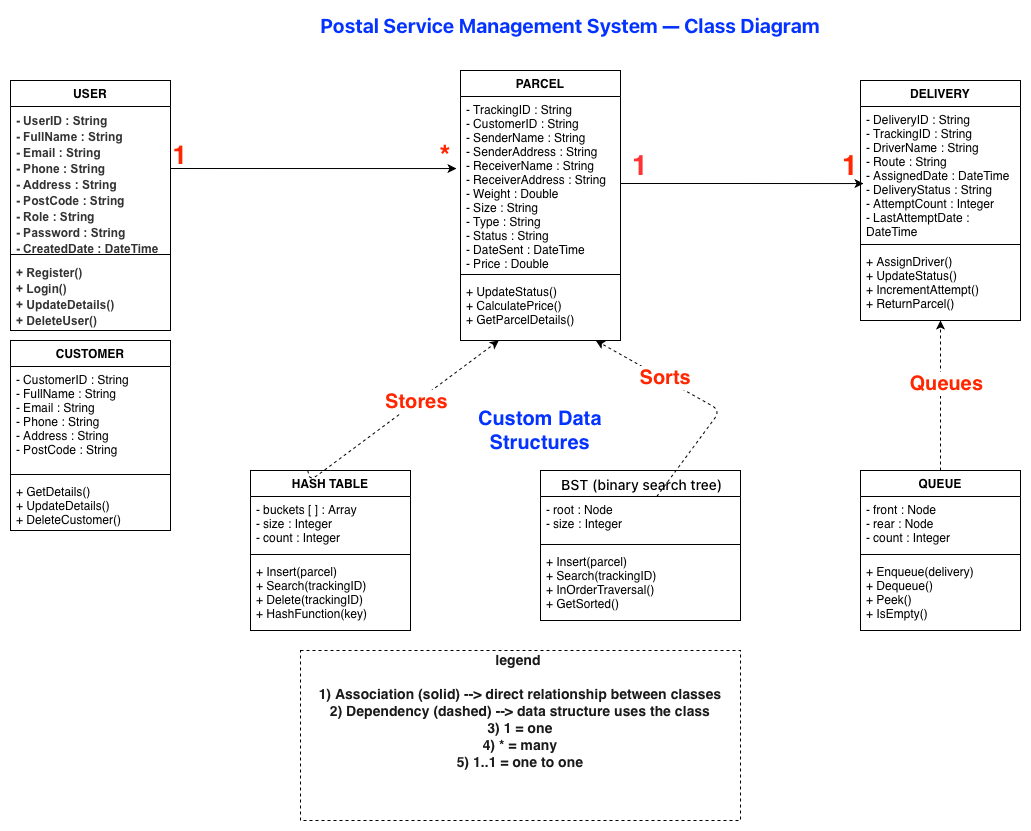
Before: design/class-diagram.drawio.png, a diagram exported from draw.io (MeetMande/Postal-Service-Management-System). Source tidied: cells renumbered, new cells last; positions are measured from the earlier drawing's top-left corner, leaving out a move shared by most shapes.
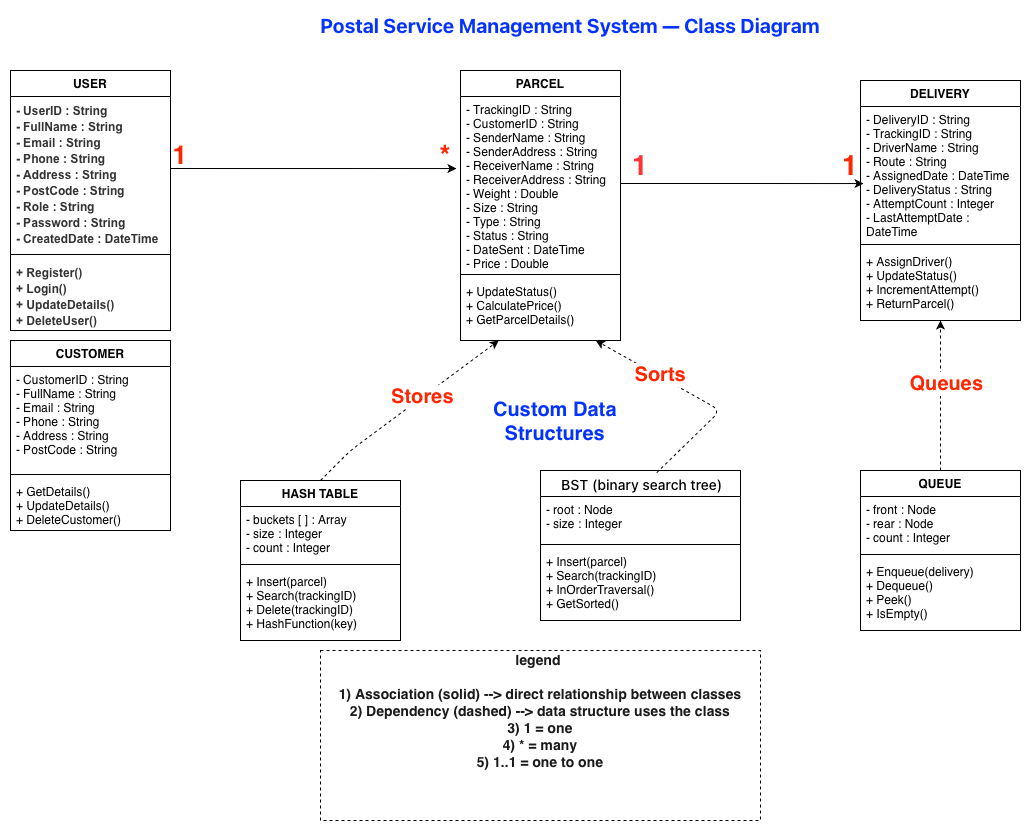
After the change.

What changed in the source:
```diff
@@ -39,7 +39,7 @@
       <mxGeometry y="168" width="160" height="72" as="geometry" />
     </mxCell>
     <mxCell id="14" value="HASH TABLE" style="swimlane;fontStyle=1;align=center;verticalAlign=top;horizontal=1;startSize=26;whiteSpace=wrap;html=1;" parent="1" vertex="1">
-      <mxGeometry x="240" y="460" width="160" height="160" as="geometry" />
+      <mxGeometry x="230" y="470" width="160" height="160" as="geometry" />
     </mxCell>
     <mxCell id="15" value="&lt;div&gt;- buckets [ ] : Array&lt;/div&gt;&lt;div&gt;- size : Integer&lt;/div&gt;&lt;div&gt;- count : Integer&lt;/div&gt;" style="text;strokeColor=none;fillColor=none;align=left;verticalAlign=top;spacingLeft=4;spacingRight=4;overflow=hidden;whiteSpace=wrap;html=1;" parent="14" vertex="1">
       <mxGeometry y="26" width="160" height="54" as="geometry" />
@@ -54,7 +54,7 @@
       <mxGeometry x="530" width="60" height="30" as="geometry" />
     </mxCell>
     <mxCell id="19" value="&lt;b&gt;&lt;font style=&quot;color: light-dark(rgb(4, 51, 255), rgb(237, 237, 237)); font-size: 20px;&quot;&gt;Custom Data Structures&lt;/font&gt;&lt;/b&gt;" style="text;html=1;whiteSpace=wrap;strokeColor=none;fillColor=none;align=center;verticalAlign=middle;rounded=0;" parent="1" vertex="1">
-      <mxGeometry x="435" y="399" width="190" height="41" as="geometry" />
+      <mxGeometry x="450" y="390" width="190" height="41" as="geometry" />
     </mxCell>
     <mxCell id="20" value="&lt;div style=&quot;text-align: start;&quot;&gt;&lt;font face=&quot;Anthropic Sans, -apple-system, BlinkMacSystemFont, Segoe UI, sans-serif&quot;&gt;&lt;span style=&quot;font-size: 14px; font-weight: 500; text-wrap-mode: nowrap;&quot;&gt;&amp;nbsp;&lt;/span&gt;&lt;/font&gt;&lt;span style=&quot;font-family: &amp;quot;Anthropic Sans&amp;quot;, -apple-system, BlinkMacSystemFont, &amp;quot;Segoe UI&amp;quot;, sans-serif; font-size: 14px; font-weight: 500; white-space: nowrap;&quot;&gt;BST (binary search tree)&lt;/span&gt;&lt;/div&gt;" style="swimlane;fontStyle=1;align=center;verticalAlign=top;horizontal=1;startSize=26;whiteSpace=wrap;html=1;" parent="1" vertex="1">
       <mxGeometry x="530" y="460" width="200" height="150" as="geometry" />
@@ -88,17 +88,17 @@
     <mxCell id="29" style="edgeStyle=orthogonalEdgeStyle;rounded=0;jettySize=auto;html=1;exitX=1;exitY=0.5;exitDx=0;exitDy=0;entryX=0.019;entryY=0.575;entryDx=0;entryDy=0;entryPerimeter=0;" parent="1" edge="1" source="7" target="11">
       <mxGeometry relative="1" as="geometry" />
     </mxCell>
-    <mxCell id="30" style="dashed=1;" parent="1" edge="1" source="14" target="9">
+    <mxCell id="30" style="dashed=1;exitX=0.5;exitY=0;exitDx=0;exitDy=0;" parent="1" edge="1" source="14" target="9">
       <mxGeometry relative="1" as="geometry">
         <Array as="points">
-          <mxPoint x="300" y="470" />
+          <mxPoint x="340" y="440" />
         </Array>
       </mxGeometry>
     </mxCell>
     <mxCell id="31" value="&lt;b&gt;&lt;font style=&quot;font-size: 20px; color: light-dark(rgb(255, 38, 0), rgb(237, 237, 237));&quot;&gt;Stores&lt;/font&gt;&lt;/b&gt;" style="edgeLabel;html=1;align=center;verticalAlign=middle;" parent="30" vertex="1">
       <mxGeometry x="0.17" y="1" relative="1" as="geometry" />
     </mxCell>
-    <mxCell id="32" style="dashed=1;" parent="1" edge="1" source="21" target="9">
+    <mxCell id="32" style="dashed=1;exitX=0.581;exitY=0.015;exitDx=0;exitDy=0;exitPerimeter=0;" parent="1" edge="1" source="20" target="9">
       <mxGeometry relative="1" as="geometry">
         <Array as="points">
           <mxPoint x="710" y="400" />
@@ -127,19 +127,19 @@
       <mxGeometry x="810" y="140" width="60" height="30" as="geometry" />
     </mxCell>
     <mxCell id="40" value=" &#10;&#10;legend &#10;&#10;1) Association (solid) --&gt; direct relationship between classes&#10;2) Dependency (dashed) --&gt; data structure uses the class&#10;3) 1 = one&#10;4) * = many&#10;5) 1..1 = one to one&#10;&#10;&#10;&#10;&#10;" style="dashed=1;fillColor=none;fontStyle=1;fontColor=#1A1A1A;fontSize=14;" parent="1" vertex="1">
-      <mxGeometry x="290" y="640" width="440" height="170" as="geometry" />
+      <mxGeometry x="310" y="640" width="440" height="170" as="geometry" />
     </mxCell>
     <mxCell id="41" value="USER" style="swimlane;fontStyle=1;align=center;verticalAlign=top;horizontal=1;startSize=26;whiteSpace=wrap;html=1;" parent="1" vertex="1">
-      <mxGeometry y="70" width="160" height="250" as="geometry" />
+      <mxGeometry y="60" width="160" height="260" as="geometry" />
     </mxCell>
     <mxCell id="42" value="&lt;div class=&quot;field&quot; style=&quot;box-sizing: border-box; margin: 0px; padding: 1px 0px; color: rgb(51, 51, 51); font-family: Arial, sans-serif;&quot;&gt;&lt;font&gt;&lt;b&gt;- UserID : String&lt;/b&gt;&lt;/font&gt;&lt;/div&gt;&lt;div class=&quot;field&quot; style=&quot;box-sizing: border-box; margin: 0px; padding: 1px 0px; color: rgb(51, 51, 51); font-family: Arial, sans-serif;&quot;&gt;&lt;font&gt;&lt;b&gt;- FullName : String&lt;/b&gt;&lt;/font&gt;&lt;/div&gt;&lt;div class=&quot;field&quot; style=&quot;box-sizing: border-box; margin: 0px; padding: 1px 0px; color: rgb(51, 51, 51); font-family: Arial, sans-serif;&quot;&gt;&lt;font&gt;&lt;b&gt;- Email : String&lt;/b&gt;&lt;/font&gt;&lt;/div&gt;&lt;div class=&quot;field&quot; style=&quot;box-sizing: border-box; margin: 0px; padding: 1px 0px; color: rgb(51, 51, 51); font-family: Arial, sans-serif;&quot;&gt;&lt;font&gt;&lt;b&gt;- Phone : String&lt;/b&gt;&lt;/font&gt;&lt;/div&gt;&lt;div class=&quot;field&quot; style=&quot;box-sizing: border-box; margin: 0px; padding: 1px 0px; color: rgb(51, 51, 51); font-family: Arial, sans-serif;&quot;&gt;&lt;font&gt;&lt;b&gt;- Address : String&lt;/b&gt;&lt;/font&gt;&lt;/div&gt;&lt;div class=&quot;field&quot; style=&quot;box-sizing: border-box; margin: 0px; padding: 1px 0px; color: rgb(51, 51, 51); font-family: Arial, sans-serif;&quot;&gt;&lt;font&gt;&lt;b&gt;- PostCode : String&lt;/b&gt;&lt;/font&gt;&lt;/div&gt;&lt;div class=&quot;field&quot; style=&quot;box-sizing: border-box; margin: 0px; padding: 1px 0px; color: rgb(51, 51, 51); font-family: Arial, sans-serif;&quot;&gt;&lt;font&gt;&lt;b&gt;- Role : String&lt;/b&gt;&lt;/font&gt;&lt;/div&gt;&lt;div class=&quot;field&quot; style=&quot;box-sizing: border-box; margin: 0px; padding: 1px 0px; color: rgb(51, 51, 51); font-family: Arial, sans-serif;&quot;&gt;&lt;font&gt;&lt;b&gt;- Password : String&lt;/b&gt;&lt;/font&gt;&lt;/div&gt;&lt;div class=&quot;field&quot; style=&quot;box-sizing: border-box; margin: 0px; padding: 1px 0px; color: rgb(51, 51, 51); font-family: Arial, sans-serif;&quot;&gt;&lt;font&gt;&lt;b&gt;- CreatedDate : DateTime&lt;/b&gt;&lt;/font&gt;&lt;/div&gt;" style="text;strokeColor=none;fillColor=none;align=left;verticalAlign=top;spacingLeft=4;spacingRight=4;overflow=hidden;whiteSpace=wrap;html=1;" parent="41" vertex="1">
-      <mxGeometry y="26" width="160" height="144" as="geometry" />
+      <mxGeometry y="26" width="160" height="154" as="geometry" />
     </mxCell>
     <mxCell id="43" style="line;strokeWidth=1;fillColor=none;align=left;verticalAlign=middle;spacingTop=-1;spacingLeft=3;spacingRight=3;labelPosition=right;strokeColor=inherit;" parent="41" vertex="1">
-      <mxGeometry y="170" width="160" height="8" as="geometry" />
+      <mxGeometry y="180" width="160" height="8" as="geometry" />
     </mxCell>
     <mxCell id="44" value="&lt;div class=&quot;method&quot; style=&quot;box-sizing: border-box; margin: 0px; padding: 1px 0px; color: rgb(51, 51, 51); font-family: Arial, sans-serif;&quot;&gt;&lt;b&gt;&lt;font&gt;+ Register()&lt;/font&gt;&lt;/b&gt;&lt;/div&gt;&lt;div class=&quot;method&quot; style=&quot;box-sizing: border-box; margin: 0px; padding: 1px 0px; color: rgb(51, 51, 51); font-family: Arial, sans-serif;&quot;&gt;&lt;b&gt;&lt;font&gt;+ Login()&lt;/font&gt;&lt;/b&gt;&lt;/div&gt;&lt;div class=&quot;method&quot; style=&quot;box-sizing: border-box; margin: 0px; padding: 1px 0px; color: rgb(51, 51, 51); font-family: Arial, sans-serif;&quot;&gt;&lt;b&gt;&lt;font&gt;+ UpdateDetails()&lt;/font&gt;&lt;/b&gt;&lt;/div&gt;&lt;div class=&quot;method&quot; style=&quot;box-sizing: border-box; margin: 0px; padding: 1px 0px; color: rgb(51, 51, 51); font-family: Arial, sans-serif;&quot;&gt;&lt;b&gt;&lt;font&gt;+ DeleteUser()&lt;/font&gt;&lt;/b&gt;&lt;/div&gt;" style="text;strokeColor=none;fillColor=none;align=left;verticalAlign=top;spacingLeft=4;spacingRight=4;overflow=hidden;whiteSpace=wrap;html=1;" parent="41" vertex="1">
-      <mxGeometry y="178" width="160" height="72" as="geometry" />
+      <mxGeometry y="188" width="160" height="72" as="geometry" />
     </mxCell>
   </root>
 </mxGraphModel>
```
